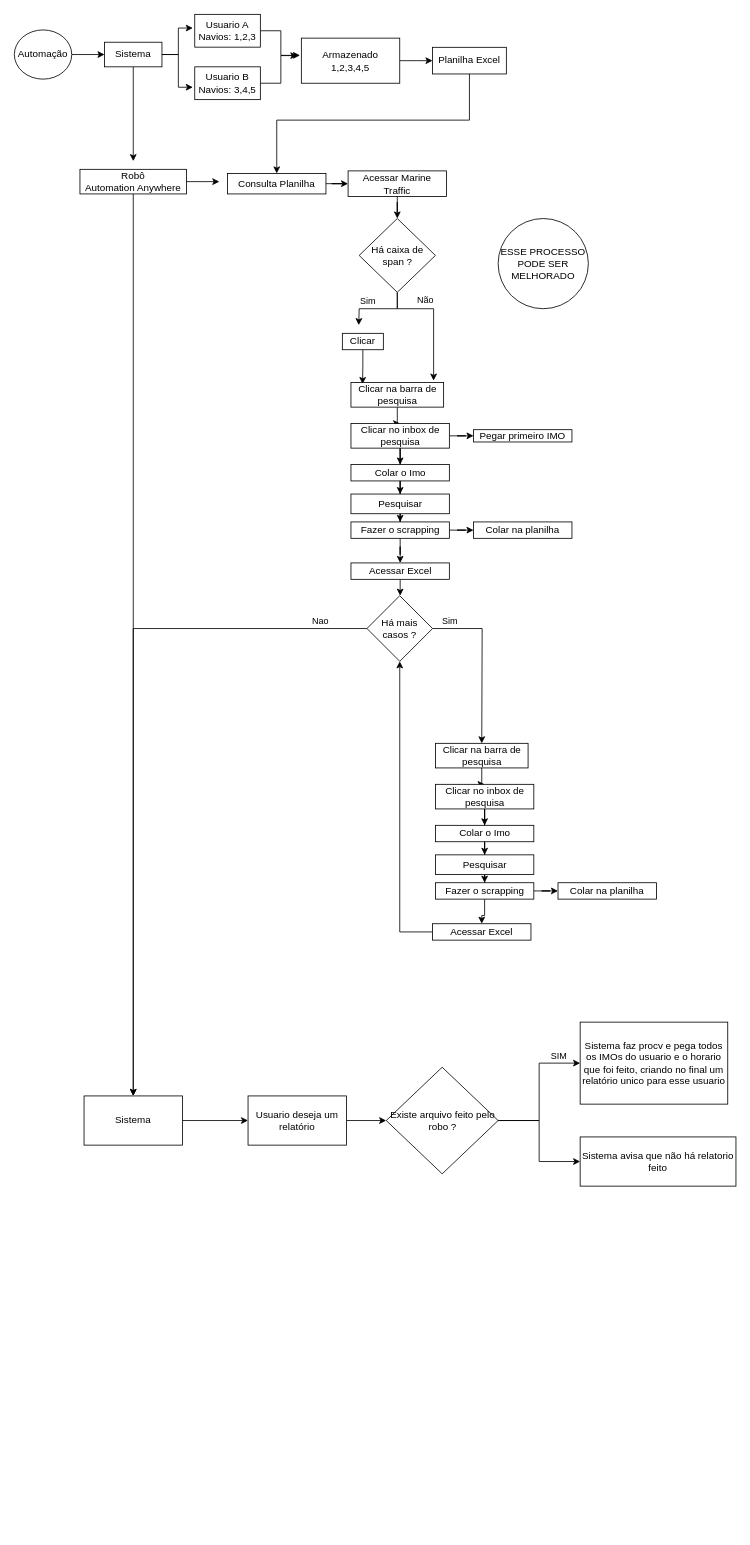
Earlier version of the draw.io diagram To-be2.drawio (almeida-guilherme/EPK). Source tidied: cells renumbered, new cells numbered last; positions are measured from the earlier drawing's top-left corner, leaving out a move shared by most shapes. Both pictures are drawn from the tidied source at 82%, with x=0, y=0 at pixel (14, 14).
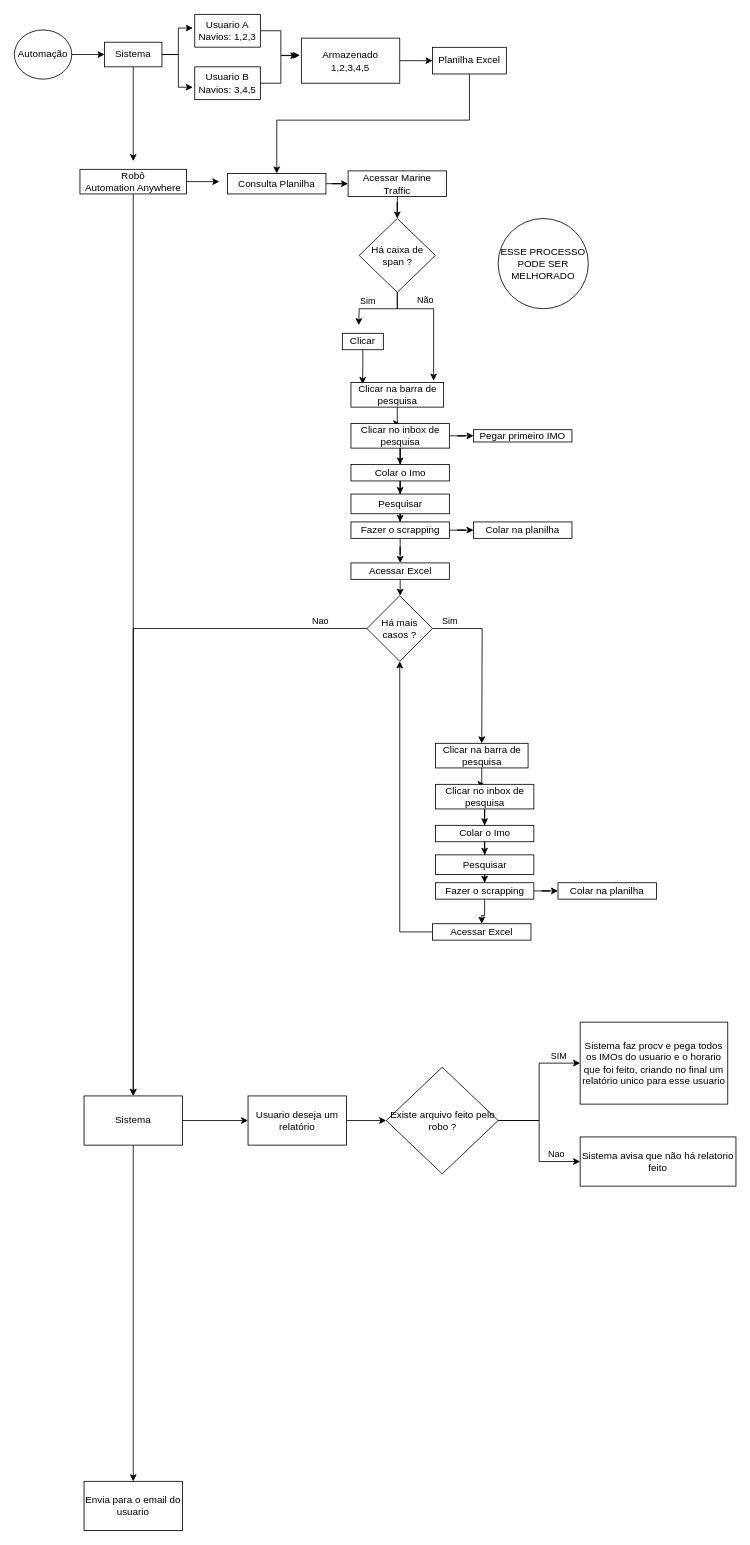
Above is the later version.

Unchanged cells that the change refers to:
```xml
<mxCell id="53" value="Sistema" style="whiteSpace=wrap;html=1;rounded=0;" parent="1" vertex="1">
  <mxGeometry x="85" y="1319" width="120" height="60" as="geometry" />
</mxCell>
<mxCell id="72" style="edgeStyle=orthogonalEdgeStyle;rounded=0;jettySize=auto;html=1;" parent="1" edge="1" source="73" target="75">
  <mxGeometry relative="1" as="geometry" />
</mxCell>
```

Change to the diagram source:
```diff
@@
+    <mxCell id="76" style="edgeStyle=orthogonalEdgeStyle;rounded=0;jettySize=auto;html=1;" parent="1" edge="1" source="53" target="78">
+      <mxGeometry relative="1" as="geometry" />
+    </mxCell>
@@
+    <mxCell id="77" value="Nao" style="edgeLabel;html=1;align=center;verticalAlign=middle;" parent="72" vertex="1">
+      <mxGeometry x="0.6" y="-1" relative="1" as="geometry">
+        <mxPoint y="-11" as="offset" />
+      </mxGeometry>
+    </mxCell>
@@
+    <mxCell id="78" value="Envia para o email do usuario" style="whiteSpace=wrap;html=1;rounded=0;" parent="1" vertex="1">
+      <mxGeometry x="85" y="1789" width="120" height="60" as="geometry" />
+    </mxCell>
```
